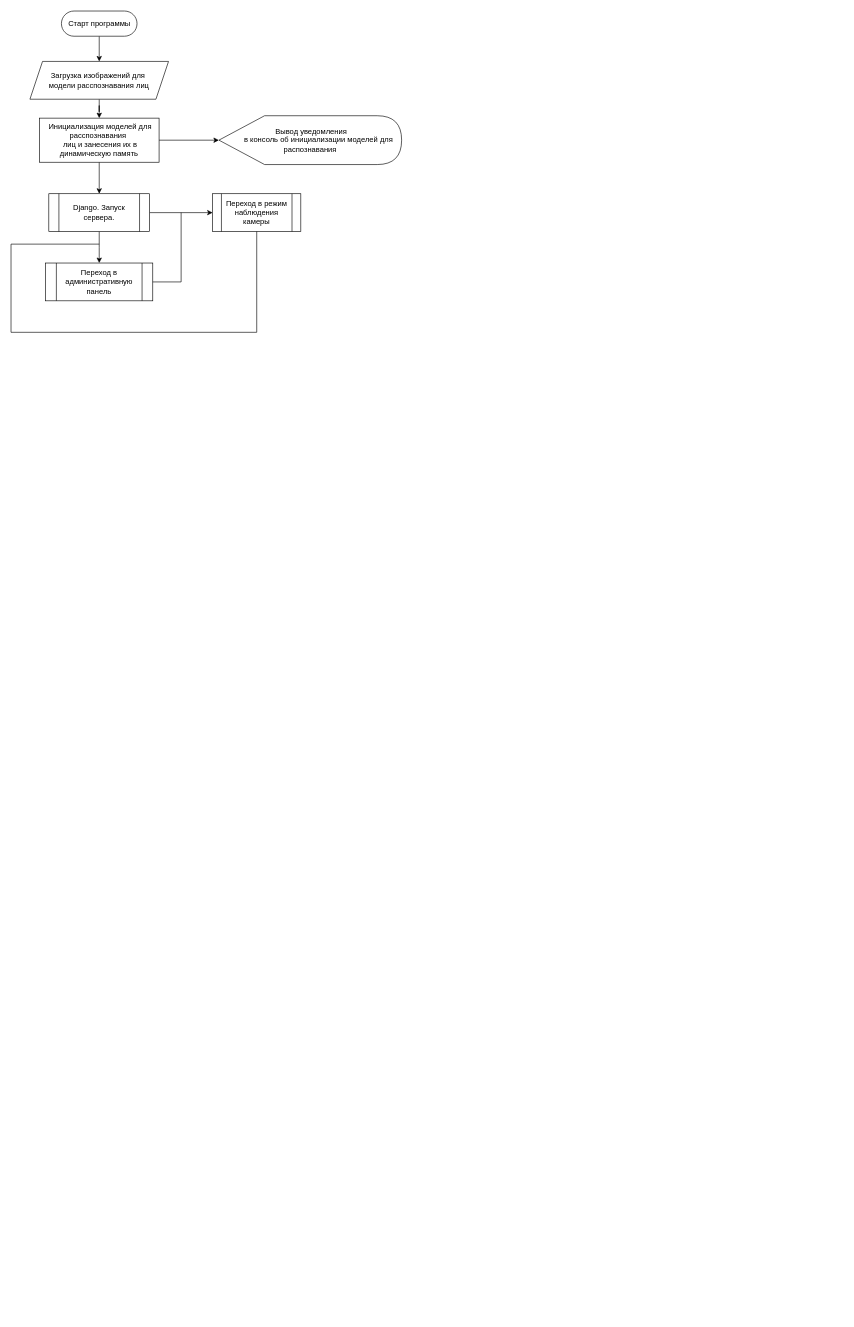
Above: Untitled Diagram.drawio in FalaleevDanila/as (draw.io), before the change. Source tidied: cells renumbered, new cells numbered last; positions are measured from the earlier drawing's top-left corner, leaving out a move shared by most shapes. Both pictures are drawn from the tidied source at 63%, with x=0, y=0 at pixel (11, 11).
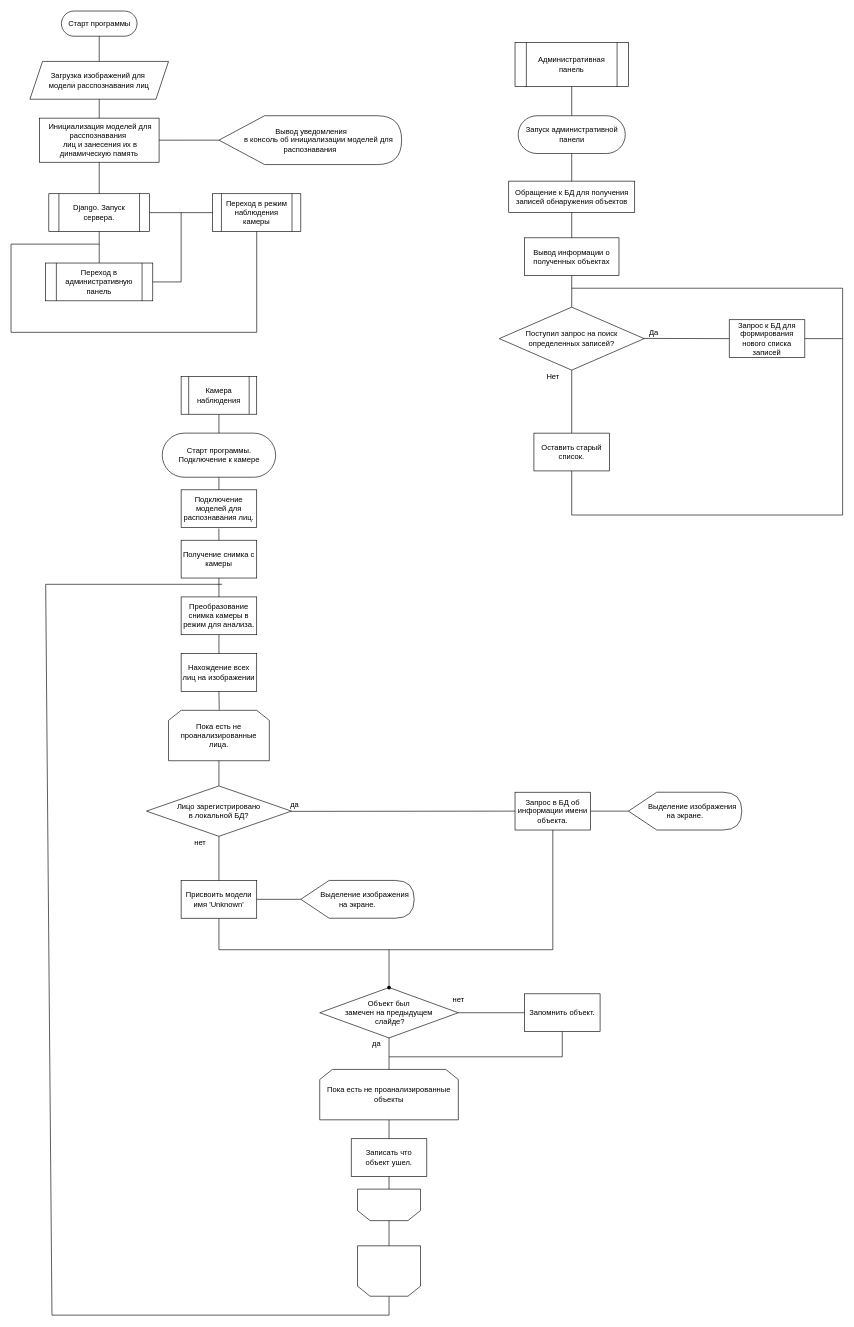
Above is the later version.

Unchanged cells that the change refers to:
```xml
<mxCell id="3" value="&lt;div&gt;Загрузка изображений для&amp;nbsp;&lt;/div&gt;&lt;div&gt;модели расспознавания лиц&lt;/div&gt;" style="shape=parallelogram;perimeter=parallelogramPerimeter;whiteSpace=wrap;html=1;fixedSize=1;" parent="1" vertex="1">
  <mxGeometry x="30" y="80" width="220" height="60" as="geometry" />
</mxCell>
<mxCell id="6" value="&lt;div&gt;&amp;nbsp;Инициализация моделей для расспознавания&amp;nbsp;&lt;/div&gt;&lt;div&gt;&amp;nbsp;лиц и занесения их в динамическую память&lt;/div&gt;" style="rounded=0;whiteSpace=wrap;html=1;" parent="1" vertex="1">
  <mxGeometry x="45" y="170" width="190" height="70" as="geometry" />
</mxCell>
<mxCell id="8" value="Старт программы" style="html=1;dashed=0;whitespace=wrap;shape=mxgraph.dfd.start;" parent="1" vertex="1">
  <mxGeometry x="80" width="120" height="40" as="geometry" />
</mxCell>
<mxCell id="9" value="&lt;div&gt;&amp;nbsp;Вывод уведомления&lt;/div&gt;&lt;div&gt;&amp;nbsp; &amp;nbsp; &amp;nbsp; &amp;nbsp; &amp;nbsp;в&lt;span&gt;&amp;nbsp;консоль об инициализации моделей&amp;nbsp;&lt;/span&gt;&lt;span&gt;для&amp;nbsp;&lt;/span&gt;&lt;/div&gt;&lt;div&gt;&lt;span&gt;распознавания&lt;/span&gt;&lt;/div&gt;" style="shape=display;whiteSpace=wrap;html=1;" parent="1" vertex="1">
  <mxGeometry x="330" y="166.2" width="290" height="77.5" as="geometry" />
</mxCell>
<mxCell id="12" value="Django. Запуск сервера." style="shape=process;whiteSpace=wrap;html=1;backgroundOutline=1;" parent="1" vertex="1">
  <mxGeometry x="60" y="290" width="160" height="60" as="geometry" />
</mxCell>
<mxCell id="13" value="Переход в административную панель" style="shape=process;whiteSpace=wrap;html=1;backgroundOutline=1;" parent="1" vertex="1">
  <mxGeometry x="55" y="400" width="170" height="60" as="geometry" />
</mxCell>
<mxCell id="14" value="Переход в режим наблюдения камеры" style="shape=process;whiteSpace=wrap;html=1;backgroundOutline=1;" parent="1" vertex="1">
  <mxGeometry x="320" y="290" width="140" height="60" as="geometry" />
</mxCell>
```

The edit, as a diff of the source:
```diff
@@
-    <mxCell id="2" style="edgeStyle=orthogonalEdgeStyle;rounded=0;jettySize=auto;html=1;" parent="1" edge="1" source="3" target="6">
-      <mxGeometry relative="1" as="geometry" />
-    </mxCell>
@@
-    <mxCell id="4" style="edgeStyle=orthogonalEdgeStyle;rounded=0;jettySize=auto;html=1;" parent="1" edge="1" source="6" target="9">
-      <mxGeometry relative="1" as="geometry" />
-    </mxCell>
-    <mxCell id="5" style="edgeStyle=orthogonalEdgeStyle;rounded=0;jettySize=auto;html=1;" parent="1" edge="1" source="6" target="12">
-      <mxGeometry relative="1" as="geometry" />
-    </mxCell>
@@
-    <mxCell id="7" style="edgeStyle=orthogonalEdgeStyle;rounded=0;jettySize=auto;html=1;" parent="1" edge="1" source="8" target="3">
-      <mxGeometry relative="1" as="geometry" />
-    </mxCell>
@@
-    <mxCell id="10" style="edgeStyle=orthogonalEdgeStyle;rounded=0;jettySize=auto;html=1;" parent="1" edge="1" source="12">
-      <mxGeometry relative="1" as="geometry">
-        <mxPoint x="140" y="400" as="targetPoint" />
-      </mxGeometry>
-    </mxCell>
-    <mxCell id="11" style="edgeStyle=orthogonalEdgeStyle;rounded=0;jettySize=auto;html=1;" parent="1" edge="1" source="12" target="14">
-      <mxGeometry relative="1" as="geometry" />
-    </mxCell>
@@
+    <mxCell id="17" value="Административная панель" style="shape=process;whiteSpace=wrap;html=1;backgroundOutline=1;" parent="1" vertex="1">
+      <mxGeometry x="800" y="50" width="180" height="70" as="geometry" />
+    </mxCell>
+    <mxCell id="18" value="Запуск административной &lt;br&gt;панели" style="html=1;dashed=0;whitespace=wrap;shape=mxgraph.dfd.start;" parent="1" vertex="1">
+      <mxGeometry x="805" y="166.2" width="170" height="60" as="geometry" />
+    </mxCell>
+    <mxCell id="19" value="Обращение к БД для получения &lt;br&gt;записей обнаружения объектов" style="html=1;dashed=0;whitespace=wrap;" parent="1" vertex="1">
+      <mxGeometry x="790" y="270" width="200" height="50" as="geometry" />
+    </mxCell>
+    <mxCell id="20" value="Вывод информации о полученных объектах" style="rounded=0;whiteSpace=wrap;html=1;" parent="1" vertex="1">
+      <mxGeometry x="815" y="360" width="150" height="60" as="geometry" />
+    </mxCell>
+    <mxCell id="21" value="Поступил запрос на поиск определенных записей?" style="rhombus;whiteSpace=wrap;html=1;" parent="1" vertex="1">
+      <mxGeometry x="775" y="470" width="230" height="100" as="geometry" />
+    </mxCell>
+    <mxCell id="22" value="Оставить старый список." style="whiteSpace=wrap;html=1;" parent="1" vertex="1">
+      <mxGeometry x="830" y="670" width="120" height="60" as="geometry" />
+    </mxCell>
+    <mxCell id="23" value="Нет" style="text;html=1;align=center;verticalAlign=middle;strokeColor=none;fillColor=none;" parent="1" vertex="1">
+      <mxGeometry x="840" y="570" width="40" height="20" as="geometry" />
+    </mxCell>
+    <mxCell id="24" value="Запрос к БД для формирования нового списка записей" style="whiteSpace=wrap;html=1;" parent="1" vertex="1">
+      <mxGeometry x="1140" y="490" width="120" height="60" as="geometry" />
+    </mxCell>
+    <mxCell id="25" value="Да" style="text;html=1;align=center;verticalAlign=middle;points=[];strokeColor=none;fillColor=none;" parent="1" vertex="1">
+      <mxGeometry x="1005" y="500" width="30" height="20" as="geometry" />
+    </mxCell>
+    <mxCell id="26" style="endArrow=none;html=1;rounded=0;entryX=1;entryY=0.5;entryDx=0;entryDy=0;" parent="1" edge="1" target="24">
+      <mxGeometry relative="1" as="geometry">
+        <mxPoint x="890" y="440" as="sourcePoint" />
+        <Array as="points">
+          <mxPoint x="1320" y="440" />
+          <mxPoint x="1320" y="520" />
+        </Array>
+      </mxGeometry>
+    </mxCell>
+    <mxCell id="27" style="endArrow=none;html=1;rounded=0;exitX=0.5;exitY=1;exitDx=0;exitDy=0;" parent="1" edge="1" source="22">
+      <mxGeometry relative="1" as="geometry">
+        <mxPoint x="1320" y="520" as="targetPoint" />
+        <Array as="points">
+          <mxPoint x="890" y="800" />
+          <mxPoint x="1320" y="800" />
+        </Array>
+      </mxGeometry>
+    </mxCell>
+    <mxCell id="28" value="Камера наблюдения" style="shape=process;whiteSpace=wrap;html=1;backgroundOutline=1;" parent="1" vertex="1">
+      <mxGeometry x="270" y="580" width="120" height="60" as="geometry" />
+    </mxCell>
+    <mxCell id="29" value="Старт программы. &lt;br&gt;Подключение к камере" style="html=1;dashed=0;whitespace=wrap;shape=mxgraph.dfd.start;" parent="1" vertex="1">
+      <mxGeometry x="240" y="670" width="180" height="70" as="geometry" />
+    </mxCell>
+    <mxCell id="30" value="Получение снимка с камеры" style="rounded=0;whiteSpace=wrap;html=1;" parent="1" vertex="1">
+      <mxGeometry x="270" y="840" width="120" height="60" as="geometry" />
+    </mxCell>
+    <mxCell id="31" value="Преобразование снимка камеры в режим для анализа." style="rounded=0;whiteSpace=wrap;html=1;" parent="1" vertex="1">
+      <mxGeometry x="270" y="930" width="120" height="60" as="geometry" />
+    </mxCell>
+    <mxCell id="32" value="Подключение моделей для распознавания лиц." style="rounded=0;whiteSpace=wrap;html=1;" parent="1" vertex="1">
+      <mxGeometry x="270" y="760" width="120" height="60" as="geometry" />
+    </mxCell>
+    <mxCell id="33" value="Нахождение всех лиц на изображении" style="rounded=0;whiteSpace=wrap;html=1;" parent="1" vertex="1">
+      <mxGeometry x="270" y="1020" width="120" height="60" as="geometry" />
+    </mxCell>
+    <mxCell id="34" value="Пока есть не проанализированные&lt;br&gt;лица." style="shape=loopLimit;whiteSpace=wrap;html=1;" parent="1" vertex="1">
+      <mxGeometry x="250" y="1110" width="160" height="80" as="geometry" />
+    </mxCell>
+    <mxCell id="35" value="Лицо зарегистрировано &lt;br&gt;в локальной БД?" style="rhombus;whiteSpace=wrap;html=1;" parent="1" vertex="1">
+      <mxGeometry x="215" y="1230" width="230" height="80" as="geometry" />
+    </mxCell>
+    <mxCell id="36" value="Присвоить модели имя 'Unknown'" style="rounded=0;whiteSpace=wrap;html=1;" parent="1" vertex="1">
+      <mxGeometry x="270" y="1380" width="120" height="60" as="geometry" />
+    </mxCell>
+    <mxCell id="37" value="Запрос в БД об информации имени объекта." style="whiteSpace=wrap;html=1;" parent="1" vertex="1">
+      <mxGeometry x="800" y="1240" width="120" height="60" as="geometry" />
+    </mxCell>
+    <mxCell id="38" value="нет" style="text;html=1;align=center;verticalAlign=middle;strokeColor=none;fillColor=none;" parent="1" vertex="1">
+      <mxGeometry x="285" y="1310" width="30" height="20" as="geometry" />
+    </mxCell>
+    <mxCell id="39" value="да" style="text;html=1;align=center;verticalAlign=middle;points=[];strokeColor=none;fillColor=none;" parent="1" vertex="1">
+      <mxGeometry x="435" y="1250" width="30" height="20" as="geometry" />
+    </mxCell>
+    <mxCell id="40" value="&amp;nbsp; &amp;nbsp; &amp;nbsp; &amp;nbsp;Выделение изображения &lt;br&gt;на экране." style="shape=display;whiteSpace=wrap;html=1;" parent="1" vertex="1">
+      <mxGeometry x="460" y="1380" width="180" height="60" as="geometry" />
+    </mxCell>
+    <mxCell id="41" value="&amp;nbsp; &amp;nbsp; &amp;nbsp; &amp;nbsp;Выделение изображения &lt;br&gt;на экране." style="shape=display;whiteSpace=wrap;html=1;" parent="1" vertex="1">
+      <mxGeometry x="980" y="1240" width="180" height="60" as="geometry" />
+    </mxCell>
+    <mxCell id="42" value="Объект был &lt;br&gt;замечен на предыдущем&lt;br&gt;&amp;nbsp;слайде?" style="rhombus;whiteSpace=wrap;html=1;" parent="1" vertex="1">
+      <mxGeometry x="490" y="1550" width="220" height="80" as="geometry" />
+    </mxCell>
+    <mxCell id="43" style="shape=waypoint;sketch=0;size=6;points=[];fillColor=default;perimeter=centerPerimeter;snapToPoint=1;rounded=0;" parent="1" vertex="1">
+      <mxGeometry x="580" y="1530" width="40" height="40" as="geometry" />
+    </mxCell>
+    <mxCell id="44" style="endArrow=none;html=1;rounded=0;entryX=0.5;entryY=1;entryDx=0;entryDy=0;" parent="1" edge="1" target="37">
+      <mxGeometry relative="1" as="geometry">
+        <mxPoint x="600" y="1490" as="sourcePoint" />
+        <Array as="points">
+          <mxPoint x="860" y="1490" />
+        </Array>
+      </mxGeometry>
+    </mxCell>
+    <mxCell id="45" value="Запомнить объект." style="rounded=0;whiteSpace=wrap;html=1;" parent="1" vertex="1">
+      <mxGeometry x="815" y="1560" width="120" height="60" as="geometry" />
+    </mxCell>
+    <mxCell id="46" value="нет" style="text;html=1;align=center;verticalAlign=middle;strokeColor=none;fillColor=none;" parent="1" vertex="1">
+      <mxGeometry x="695" y="1560" width="30" height="20" as="geometry" />
+    </mxCell>
+    <mxCell id="47" value="Пока есть не проанализированные&lt;br&gt;объекты" style="shape=loopLimit;whiteSpace=wrap;html=1;" parent="1" vertex="1">
+      <mxGeometry x="490" y="1680" width="220" height="80" as="geometry" />
+    </mxCell>
+    <mxCell id="48" style="endArrow=none;html=1;rounded=0;entryX=0.5;entryY=1;entryDx=0;entryDy=0;" parent="1" edge="1" target="45">
+      <mxGeometry relative="1" as="geometry">
+        <mxPoint x="600" y="1660" as="sourcePoint" />
+        <Array as="points">
+          <mxPoint x="875" y="1660" />
+        </Array>
+      </mxGeometry>
+    </mxCell>
+    <mxCell id="49" value="да" style="text;html=1;align=center;verticalAlign=middle;strokeColor=none;fillColor=none;" parent="1" vertex="1">
+      <mxGeometry x="565" y="1630" width="30" height="20" as="geometry" />
+    </mxCell>
+    <mxCell id="50" value="Записать что &lt;br&gt;объект ушел." style="rounded=0;whiteSpace=wrap;html=1;" parent="1" vertex="1">
+      <mxGeometry x="540" y="1790" width="120" height="60" as="geometry" />
+    </mxCell>
+    <mxCell id="51" style="shape=loopLimit;whiteSpace=wrap;html=1;rotation=-180;" parent="1" vertex="1">
+      <mxGeometry x="550" y="1870" width="100" height="50" as="geometry" />
+    </mxCell>
+    <mxCell id="52" style="endArrow=none;html=1;rounded=0;entryX=0.5;entryY=0.5;entryDx=0;entryDy=20;entryPerimeter=0;exitX=0.5;exitY=0;exitDx=0;exitDy=0;" parent="1" edge="1" source="3" target="8">
+      <mxGeometry relative="1" as="geometry" />
+    </mxCell>
+    <mxCell id="53" style="endArrow=none;html=1;rounded=0;entryX=0.5;entryY=1;entryDx=0;entryDy=0;" parent="1" edge="1" target="3">
+      <mxGeometry relative="1" as="geometry">
+        <mxPoint x="140" y="170" as="sourcePoint" />
+      </mxGeometry>
+    </mxCell>
+    <mxCell id="54" style="endArrow=none;html=1;rounded=0;exitX=0.5;exitY=0;exitDx=0;exitDy=0;entryX=0.5;entryY=1;entryDx=0;entryDy=0;" parent="1" edge="1" source="12" target="6">
+      <mxGeometry relative="1" as="geometry" />
+    </mxCell>
+    <mxCell id="4" style="endArrow=none;html=1;rounded=0;entryX=0;entryY=0.5;entryDx=0;entryDy=0;entryPerimeter=0;exitX=1;exitY=0.5;exitDx=0;exitDy=0;" parent="1" edge="1" source="6" target="9">
+      <mxGeometry relative="1" as="geometry" />
+    </mxCell>
+    <mxCell id="11" style="endArrow=none;html=1;rounded=0;entryX=0;entryY=0.5;entryDx=0;entryDy=0;exitX=1;exitY=0.5;exitDx=0;exitDy=0;" parent="1" edge="1" source="12" target="14">
+      <mxGeometry relative="1" as="geometry" />
+    </mxCell>
+    <mxCell id="55" style="endArrow=none;html=1;rounded=0;entryX=0.5;entryY=1;entryDx=0;entryDy=0;exitX=0.5;exitY=0;exitDx=0;exitDy=0;" parent="1" edge="1" source="13" target="12">
+      <mxGeometry relative="1" as="geometry" />
+    </mxCell>
+    <mxCell id="56" style="endArrow=none;html=1;rounded=0;entryX=0.5;entryY=1;entryDx=0;entryDy=0;exitX=0.5;exitY=0.5;exitDx=0;exitDy=-30;exitPerimeter=0;" parent="1" edge="1" source="18" target="17">
+      <mxGeometry relative="1" as="geometry" />
+    </mxCell>
+    <mxCell id="57" style="endArrow=none;html=1;rounded=0;entryX=0.5;entryY=0.5;entryDx=0;entryDy=30;entryPerimeter=0;exitX=0.5;exitY=0;exitDx=0;exitDy=0;" parent="1" edge="1" source="19" target="18">
+      <mxGeometry relative="1" as="geometry" />
+    </mxCell>
+    <mxCell id="58" style="endArrow=none;html=1;rounded=0;entryX=0.5;entryY=1;entryDx=0;entryDy=0;exitX=0.5;exitY=0;exitDx=0;exitDy=0;" parent="1" edge="1" source="20" target="19">
+      <mxGeometry relative="1" as="geometry" />
+    </mxCell>
+    <mxCell id="59" style="endArrow=none;html=1;rounded=0;entryX=0.5;entryY=0;entryDx=0;entryDy=0;exitX=0.5;exitY=1;exitDx=0;exitDy=0;" parent="1" edge="1" source="20" target="21">
+      <mxGeometry relative="1" as="geometry" />
+    </mxCell>
+    <mxCell id="60" style="endArrow=none;html=1;rounded=0;entryX=0.5;entryY=1;entryDx=0;entryDy=0;exitX=0.5;exitY=0;exitDx=0;exitDy=0;" parent="1" edge="1" source="22" target="21">
+      <mxGeometry relative="1" as="geometry" />
+    </mxCell>
+    <mxCell id="61" style="endArrow=none;html=1;rounded=0;exitX=-0.012;exitY=0.983;exitDx=0;exitDy=0;exitPerimeter=0;entryX=0;entryY=0.5;entryDx=0;entryDy=0;" parent="1" edge="1" source="25" target="24">
+      <mxGeometry relative="1" as="geometry" />
+    </mxCell>
+    <mxCell id="62" style="endArrow=none;html=1;rounded=0;entryX=0.5;entryY=0.5;entryDx=0;entryDy=35;entryPerimeter=0;exitX=0.5;exitY=0;exitDx=0;exitDy=0;" parent="1" edge="1" source="32" target="29">
+      <mxGeometry relative="1" as="geometry" />
+    </mxCell>
+    <mxCell id="63" style="endArrow=none;html=1;rounded=0;entryX=0.5;entryY=1;entryDx=0;entryDy=0;exitX=0.5;exitY=0.5;exitDx=0;exitDy=-35;exitPerimeter=0;" parent="1" edge="1" source="29" target="28">
+      <mxGeometry relative="1" as="geometry" />
+    </mxCell>
+    <mxCell id="64" style="endArrow=none;html=1;rounded=0;entryX=0.499;entryY=1.025;entryDx=0;entryDy=0;entryPerimeter=0;exitX=0.5;exitY=0;exitDx=0;exitDy=0;" parent="1" edge="1" source="30" target="32">
+      <mxGeometry relative="1" as="geometry" />
+    </mxCell>
+    <mxCell id="65" style="endArrow=none;html=1;rounded=0;entryX=0.5;entryY=1;entryDx=0;entryDy=0;exitX=0.5;exitY=0;exitDx=0;exitDy=0;" parent="1" edge="1" source="31" target="30">
+      <mxGeometry relative="1" as="geometry" />
+    </mxCell>
+    <mxCell id="66" style="endArrow=none;html=1;rounded=0;exitX=0.5;exitY=0;exitDx=0;exitDy=0;" parent="1" edge="1" source="33">
+      <mxGeometry relative="1" as="geometry">
+        <mxPoint x="330" y="990" as="targetPoint" />
+      </mxGeometry>
+    </mxCell>
+    <mxCell id="67" style="endArrow=none;html=1;rounded=0;entryX=0.5;entryY=1;entryDx=0;entryDy=0;exitX=0.503;exitY=-0.012;exitDx=0;exitDy=0;exitPerimeter=0;" parent="1" edge="1" source="34" target="33">
+      <mxGeometry relative="1" as="geometry" />
+    </mxCell>
+    <mxCell id="68" style="endArrow=none;html=1;rounded=0;entryX=0.5;entryY=1;entryDx=0;entryDy=0;exitX=0.5;exitY=0;exitDx=0;exitDy=0;" parent="1" edge="1" source="35" target="34">
+      <mxGeometry relative="1" as="geometry" />
+    </mxCell>
+    <mxCell id="69" style="endArrow=none;html=1;rounded=0;entryX=0.5;entryY=1;entryDx=0;entryDy=0;exitX=0.5;exitY=0;exitDx=0;exitDy=0;" parent="1" edge="1" source="36" target="35">
+      <mxGeometry relative="1" as="geometry" />
+    </mxCell>
+    <mxCell id="70" style="endArrow=none;html=1;rounded=0;entryX=0.5;entryY=1;entryDx=0;entryDy=0;exitX=0.5;exitY=0;exitDx=0;exitDy=0;" parent="1" edge="1" source="50" target="47">
+      <mxGeometry relative="1" as="geometry" />
+    </mxCell>
+    <mxCell id="71" style="endArrow=none;html=1;rounded=0;entryX=0.5;entryY=1;entryDx=0;entryDy=0;exitX=0.5;exitY=1;exitDx=0;exitDy=0;" parent="1" edge="1" source="51" target="50">
+      <mxGeometry relative="1" as="geometry" />
+    </mxCell>
+    <mxCell id="72" style="endArrow=none;html=1;rounded=0;entryX=0;entryY=0.5;entryDx=0;entryDy=0;exitX=0.319;exitY=1.019;exitDx=0;exitDy=0;exitPerimeter=0;" parent="1" edge="1" source="39" target="37">
+      <mxGeometry relative="1" as="geometry" />
+    </mxCell>
+    <mxCell id="73" style="endArrow=none;html=1;rounded=0;exitX=1;exitY=0.5;exitDx=0;exitDy=0;entryX=0;entryY=0.5;entryDx=0;entryDy=0;entryPerimeter=0;" parent="1" edge="1" source="36" target="40">
+      <mxGeometry relative="1" as="geometry" />
+    </mxCell>
+    <mxCell id="74" style="endArrow=none;html=1;rounded=0;entryX=0;entryY=0.5;entryDx=0;entryDy=0;entryPerimeter=0;exitX=1;exitY=0.5;exitDx=0;exitDy=0;" parent="1" edge="1" source="37" target="41">
+      <mxGeometry relative="1" as="geometry" />
+    </mxCell>
+    <mxCell id="75" style="endArrow=none;html=1;rounded=0;entryX=0.5;entryY=1;entryDx=0;entryDy=0;" parent="1" edge="1" source="43" target="36">
+      <mxGeometry relative="1" as="geometry">
+        <Array as="points">
+          <mxPoint x="600" y="1490" />
+          <mxPoint x="330" y="1490" />
+        </Array>
+      </mxGeometry>
+    </mxCell>
+    <mxCell id="76" style="endArrow=none;html=1;rounded=0;entryX=0;entryY=0.5;entryDx=0;entryDy=0;exitX=1;exitY=0.5;exitDx=0;exitDy=0;" parent="1" edge="1" source="42" target="45">
+      <mxGeometry relative="1" as="geometry" />
+    </mxCell>
+    <mxCell id="77" style="endArrow=none;html=1;rounded=0;entryX=0.5;entryY=1;entryDx=0;entryDy=0;exitX=0.5;exitY=0;exitDx=0;exitDy=0;" parent="1" edge="1" source="47" target="42">
+      <mxGeometry relative="1" as="geometry" />
+    </mxCell>
+    <mxCell id="78" style="endArrow=none;html=1;rounded=0;entryX=0.5;entryY=0;entryDx=0;entryDy=0;entryPerimeter=0;" parent="1" edge="1" target="79">
+      <mxGeometry relative="1" as="geometry">
+        <mxPoint x="335" y="910" as="sourcePoint" />
+        <Array as="points">
+          <mxPoint x="55" y="910" />
+          <mxPoint x="65" y="2070" />
+          <mxPoint x="600" y="2070" />
+        </Array>
+      </mxGeometry>
+    </mxCell>
+    <mxCell id="79" style="shape=loopLimit;whiteSpace=wrap;html=1;rotation=-180;" parent="1" vertex="1">
+      <mxGeometry x="550" y="1960" width="100" height="80" as="geometry" />
+    </mxCell>
+    <mxCell id="80" style="endArrow=none;html=1;rounded=0;entryX=0.5;entryY=0;entryDx=0;entryDy=0;exitX=0.5;exitY=1;exitDx=0;exitDy=0;" parent="1" edge="1" source="79" target="51">
+      <mxGeometry relative="1" as="geometry" />
+    </mxCell>
```
